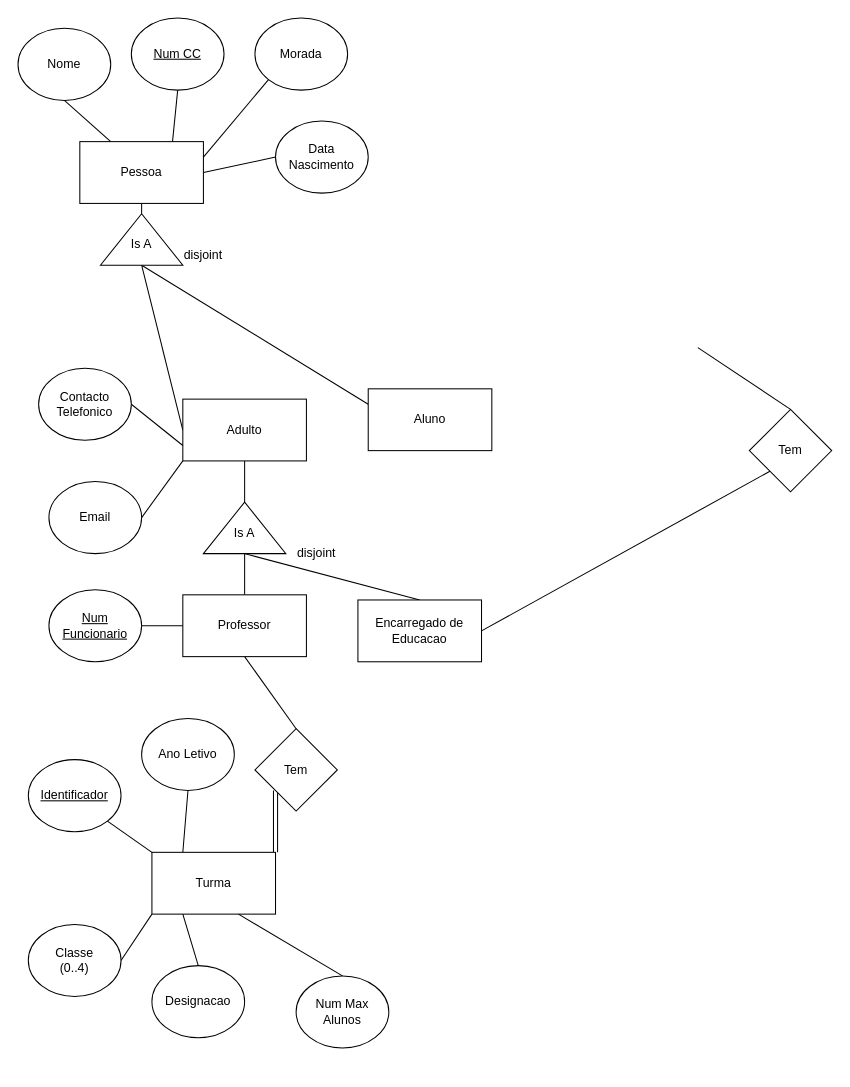
ahridesu/guioes-BD keeps this draw.io diagram as G01/ex4.drawio. Above is the earlier version. Source tidied: cells renumbered, new cells numbered last; positions are measured from the earlier drawing's top-left corner, leaving out a move shared by most shapes. Both pictures are drawn from the tidied source at 103%, with x=0, y=0 at pixel (18, 18).
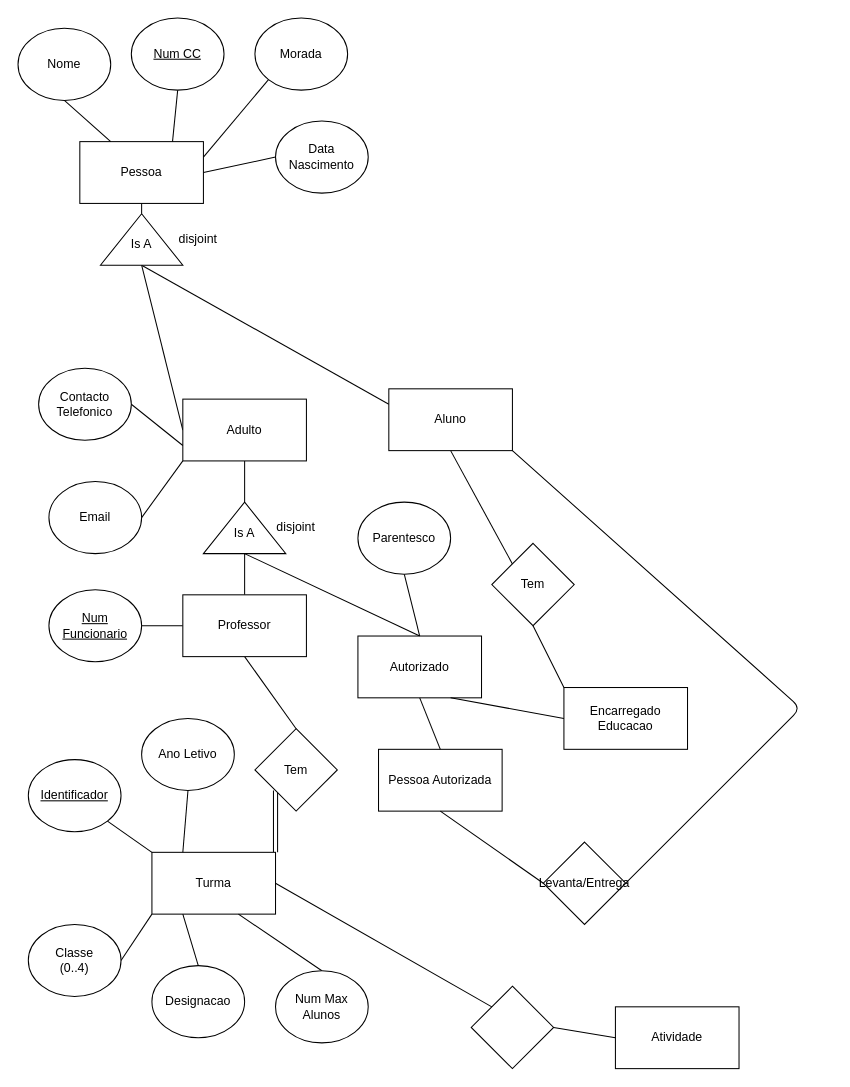
After the change.

Unchanged cells that the change refers to:
```xml
<mxCell id="3" value="Turma" style="rounded=0;whiteSpace=wrap;html=1;" parent="1" vertex="1">
  <mxGeometry x="130" y="810" width="120" height="60" as="geometry" />
</mxCell>
<mxCell id="35" style="verticalLabelPosition=bottom;verticalAlign=top;html=1;shape=mxgraph.basic.acute_triangle;dx=0.5;" parent="1" vertex="1">
  <mxGeometry x="180" y="470" width="80" height="50" as="geometry" />
</mxCell>
```

What changed in the source:
```diff
@@
     <mxCell id="13" value="Num Max Alunos" style="ellipse;whiteSpace=wrap;html=1;" parent="1" vertex="1">
-      <mxGeometry x="270" y="930" width="90" height="70" as="geometry" />
+      <mxGeometry x="250" y="925" width="90" height="70" as="geometry" />
     </mxCell>
@@
-    <mxCell id="29" style="endArrow=none;html=1;entryX=0.5;entryY=1;entryDx=0;entryDy=0;entryPerimeter=0;exitX=0.5;exitY=0;exitDx=0;exitDy=0;" parent="1" edge="1" source="30" target="35">
-      <mxGeometry relative="1" as="geometry" />
-    </mxCell>
-    <mxCell id="30" value="Encarregado de Educacao" style="rounded=0;whiteSpace=wrap;html=1;" parent="1" vertex="1">
-      <mxGeometry x="330" y="565" width="120" height="60" as="geometry" />
-    </mxCell>
-    <mxCell id="31" style="endArrow=none;html=1;exitX=1;exitY=0.5;exitDx=0;exitDy=0;entryX=0;entryY=1;entryDx=0;entryDy=0;" parent="1" edge="1" source="30" target="32">
-      <mxGeometry relative="1" as="geometry" />
-    </mxCell>
     <mxCell id="32" value="Tem" style="rhombus;whiteSpace=wrap;html=1;" parent="1" vertex="1">
-      <mxGeometry x="710" y="380" width="80" height="80" as="geometry" />
+      <mxGeometry x="460" y="510" width="80" height="80" as="geometry" />
     </mxCell>
-    <mxCell id="33" style="endArrow=none;html=1;exitX=0.5;exitY=0;exitDx=0;exitDy=0;" parent="1" edge="1" source="32">
-      <mxGeometry relative="1" as="geometry">
-        <mxPoint x="660" y="320" as="targetPoint" />
-      </mxGeometry>
+    <mxCell id="33" style="endArrow=none;html=1;exitX=0;exitY=0;exitDx=0;exitDy=0;entryX=0.5;entryY=1;entryDx=0;entryDy=0;" parent="1" edge="1" source="32" target="47">
+      <mxGeometry relative="1" as="geometry" />
     </mxCell>
@@
     <mxCell id="40" value="disjoint" style="text;html=1;strokeColor=none;fillColor=none;align=center;verticalAlign=middle;whiteSpace=wrap;rounded=0;" parent="1" vertex="1">
-      <mxGeometry x="270" y="510" width="40" height="20" as="geometry" />
+      <mxGeometry x="250" y="485" width="40" height="20" as="geometry" />
     </mxCell>
@@
     <mxCell id="46" value="disjoint" style="text;html=1;strokeColor=none;fillColor=none;align=center;verticalAlign=middle;whiteSpace=wrap;rounded=0;" parent="1" vertex="1">
-      <mxGeometry x="160" y="220" width="40" height="20" as="geometry" />
+      <mxGeometry x="155" y="205" width="40" height="20" as="geometry" />
     </mxCell>
     <mxCell id="47" value="&lt;div&gt;Aluno&lt;/div&gt;" style="rounded=0;whiteSpace=wrap;html=1;" parent="1" vertex="1">
-      <mxGeometry x="340" y="360" width="120" height="60" as="geometry" />
+      <mxGeometry x="360" y="360" width="120" height="60" as="geometry" />
     </mxCell>
@@
+    <mxCell id="50" style="endArrow=none;html=1;entryX=0.5;entryY=1;entryDx=0;entryDy=0;entryPerimeter=0;exitX=0.5;exitY=0;exitDx=0;exitDy=0;" parent="1" edge="1" source="51" target="35">
+      <mxGeometry relative="1" as="geometry" />
+    </mxCell>
+    <mxCell id="51" value="Autorizado" style="rounded=0;whiteSpace=wrap;html=1;" parent="1" vertex="1">
+      <mxGeometry x="330" y="600" width="120" height="60" as="geometry" />
+    </mxCell>
+    <mxCell id="52" value="Pessoa Autorizada" style="rounded=0;whiteSpace=wrap;html=1;" parent="1" vertex="1">
+      <mxGeometry x="350" y="710" width="120" height="60" as="geometry" />
+    </mxCell>
+    <mxCell id="53" value="Encarregado Educacao" style="rounded=0;whiteSpace=wrap;html=1;" parent="1" vertex="1">
+      <mxGeometry x="530" y="650" width="120" height="60" as="geometry" />
+    </mxCell>
+    <mxCell id="54" style="endArrow=none;html=1;entryX=0.5;entryY=1;entryDx=0;entryDy=0;exitX=0.5;exitY=0;exitDx=0;exitDy=0;" parent="1" edge="1" source="52" target="51">
+      <mxGeometry relative="1" as="geometry" />
+    </mxCell>
+    <mxCell id="55" style="endArrow=none;html=1;exitX=0.75;exitY=1;exitDx=0;exitDy=0;entryX=0;entryY=0.5;entryDx=0;entryDy=0;" parent="1" edge="1" source="51" target="53">
+      <mxGeometry relative="1" as="geometry" />
+    </mxCell>
+    <mxCell id="56" style="endArrow=none;html=1;exitX=0.5;exitY=1;exitDx=0;exitDy=0;entryX=0;entryY=0;entryDx=0;entryDy=0;" parent="1" edge="1" source="32" target="53">
+      <mxGeometry relative="1" as="geometry" />
+    </mxCell>
+    <mxCell id="57" style="endArrow=none;html=1;exitX=0.5;exitY=0;exitDx=0;exitDy=0;entryX=0.5;entryY=1;entryDx=0;entryDy=0;" parent="1" edge="1" source="51" target="58">
+      <mxGeometry relative="1" as="geometry" />
+    </mxCell>
+    <mxCell id="58" value="Parentesco" style="ellipse;whiteSpace=wrap;html=1;" parent="1" vertex="1">
+      <mxGeometry x="330" y="470" width="90" height="70" as="geometry" />
+    </mxCell>
+    <mxCell id="59" style="endArrow=none;html=1;exitX=1;exitY=1;exitDx=0;exitDy=0;entryX=1;entryY=0.5;entryDx=0;entryDy=0;" parent="1" edge="1" source="47" target="60">
+      <mxGeometry relative="1" as="geometry">
+        <Array as="points">
+          <mxPoint x="760" y="670" />
+        </Array>
+      </mxGeometry>
+    </mxCell>
+    <mxCell id="60" value="Levanta/Entrega" style="rhombus;whiteSpace=wrap;html=1;" parent="1" vertex="1">
+      <mxGeometry x="510" y="800" width="80" height="80" as="geometry" />
+    </mxCell>
+    <mxCell id="61" style="endArrow=none;html=1;exitX=0.5;exitY=1;exitDx=0;exitDy=0;entryX=0;entryY=0.5;entryDx=0;entryDy=0;" parent="1" edge="1" source="52" target="60">
+      <mxGeometry relative="1" as="geometry" />
+    </mxCell>
+    <mxCell id="62" value="Atividade" style="rounded=0;whiteSpace=wrap;html=1;" parent="1" vertex="1">
+      <mxGeometry x="580" y="960" width="120" height="60" as="geometry" />
+    </mxCell>
+    <mxCell id="63" style="rhombus;whiteSpace=wrap;html=1;" parent="1" vertex="1">
+      <mxGeometry x="440" y="940" width="80" height="80" as="geometry" />
+    </mxCell>
+    <mxCell id="64" style="endArrow=none;html=1;exitX=1;exitY=0.5;exitDx=0;exitDy=0;entryX=0;entryY=0;entryDx=0;entryDy=0;" parent="1" edge="1" source="3" target="63">
+      <mxGeometry relative="1" as="geometry" />
+    </mxCell>
+    <mxCell id="65" style="endArrow=none;html=1;exitX=1;exitY=0.5;exitDx=0;exitDy=0;entryX=0;entryY=0.5;entryDx=0;entryDy=0;" parent="1" edge="1" source="63" target="62">
+      <mxGeometry relative="1" as="geometry" />
+    </mxCell>
```
